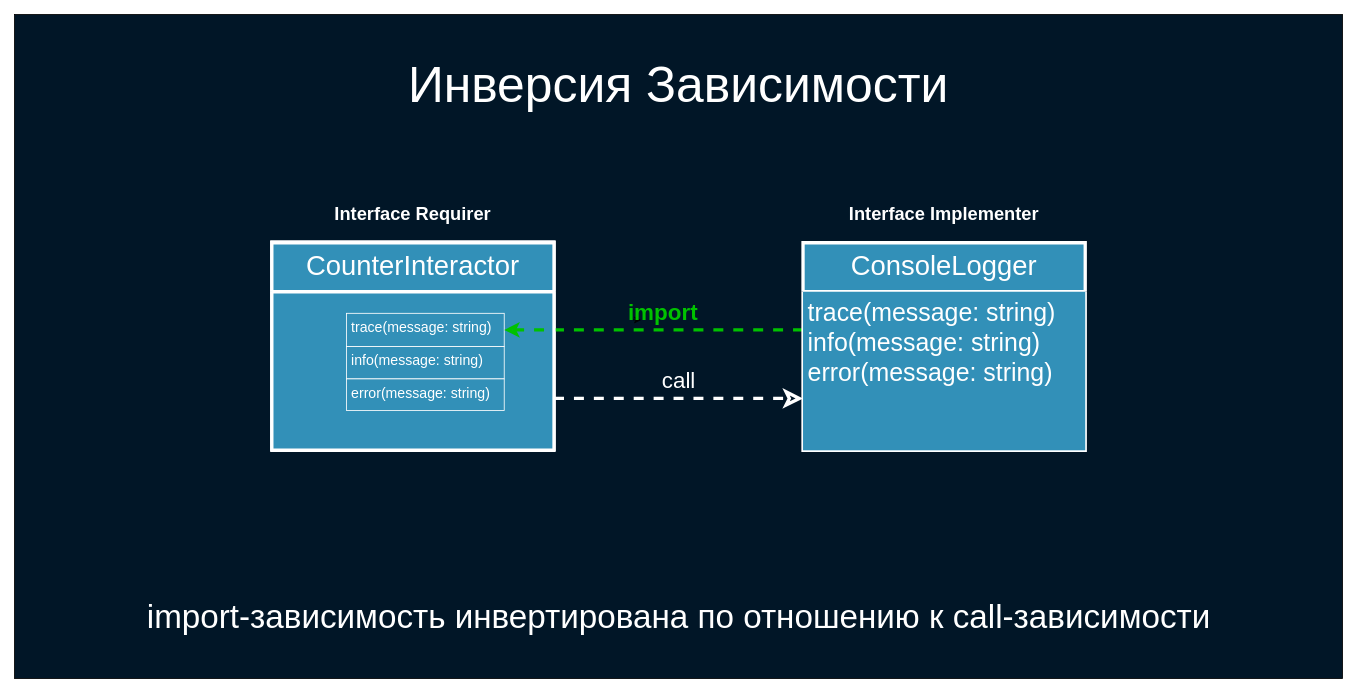
Before: deck/ru/diagrams/requiredInterface0.drawio in softspiders/dip-in-ca-deck, a draw.io diagram. Source tidied: cells renumbered, new cells numbered last; positions are measured from the earlier drawing's top-left corner, leaving out a move shared by most shapes. Both pictures are drawn from the tidied source at 83%, with x=0, y=0 at pixel (14, 14).
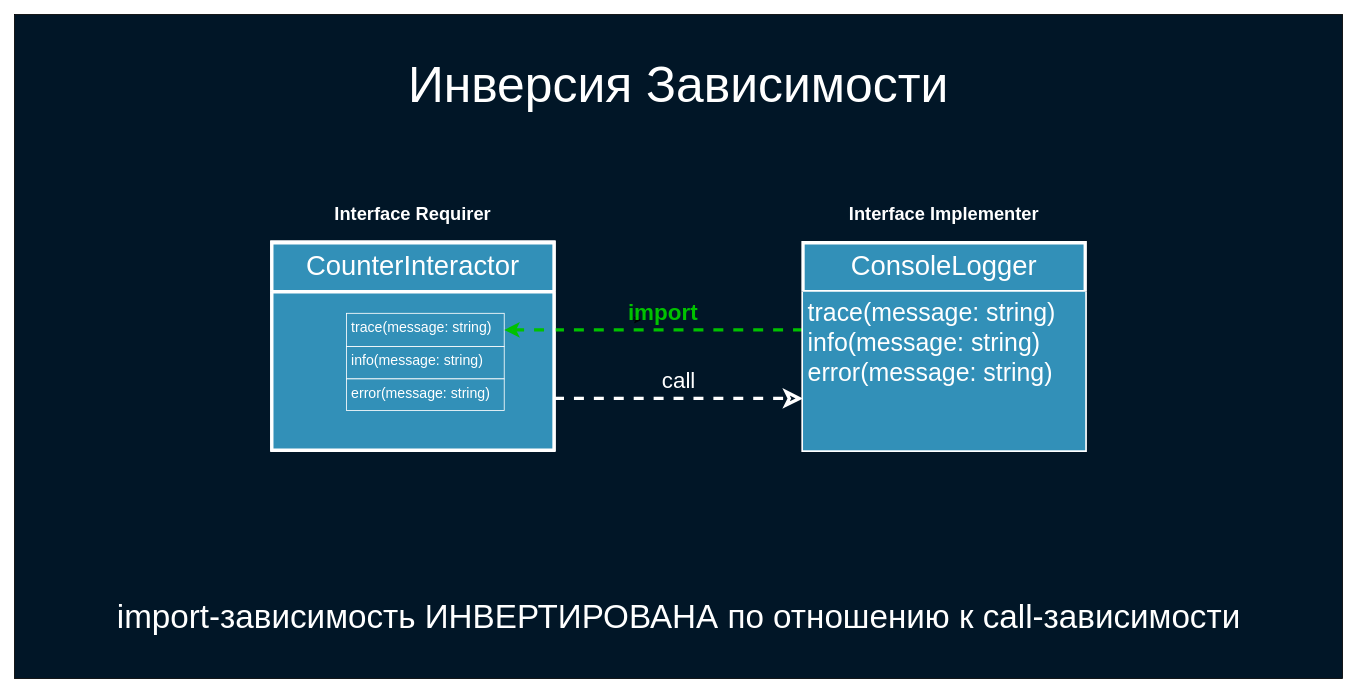
Above is the later version.

Diff of the diagram source:
```diff
@@
-    <mxCell id="13" value="&lt;span&gt;import-зависимость инвертирована по отношению к call-зависимости&lt;/span&gt;" style="text;html=1;strokeColor=none;fillColor=none;align=center;verticalAlign=middle;whiteSpace=wrap;rounded=0;fontSize=40;fontColor=#FFFFFF;fontStyle=0;" parent="1" vertex="1">
-      <mxGeometry x="137.5" y="690" width="1325" height="70" as="geometry" />
+    <mxCell id="13" value="&lt;span&gt;import-зависимость ИНВЕРТИРОВАНА по отношению к call-зависимости&lt;/span&gt;" style="text;html=1;strokeColor=none;fillColor=none;align=center;verticalAlign=middle;whiteSpace=wrap;rounded=0;fontSize=40;fontColor=#FFFFFF;fontStyle=0;" parent="1" vertex="1">
+      <mxGeometry x="108.8" y="690" width="1382.5" height="70" as="geometry" />
     </mxCell>
```
